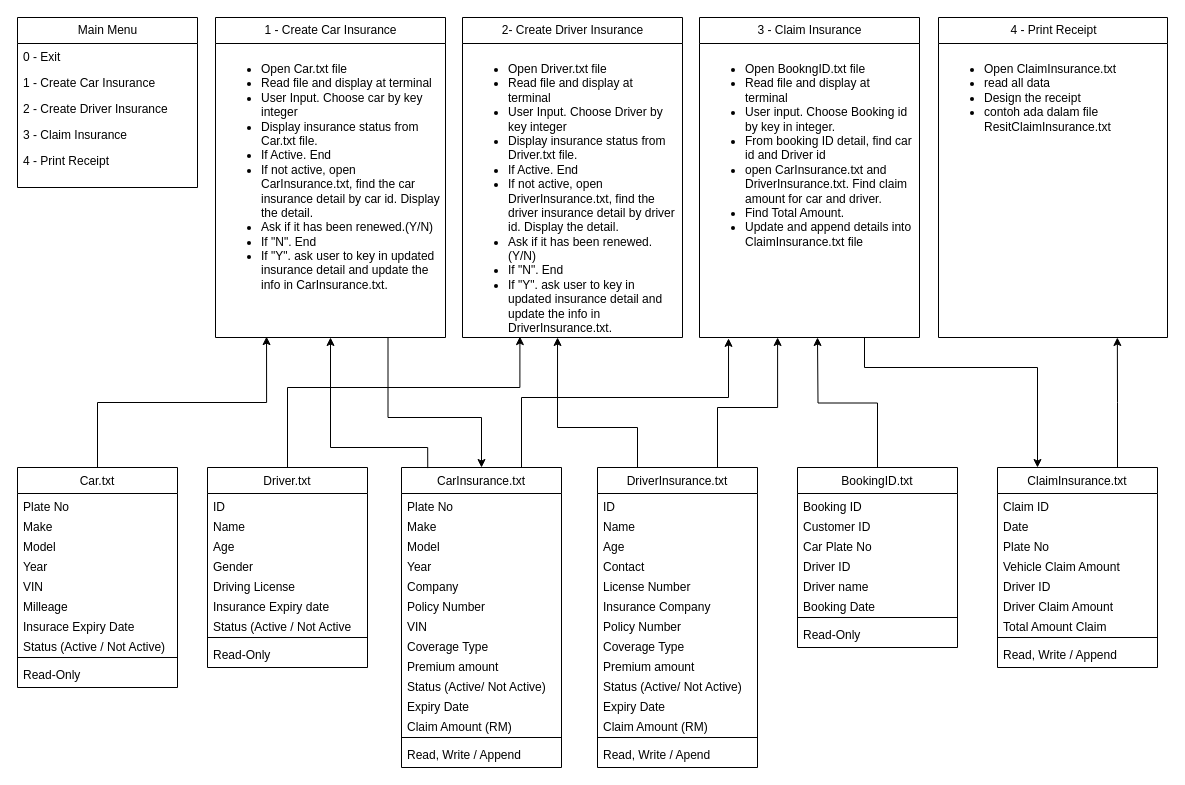
Earlier version of the draw.io diagram Capstone_Project/Untitled Diagram.drawio (Asyfulazhim/peneraju_machine_learning). Source tidied: cells renumbered, new cells numbered last; positions are measured from the earlier drawing's top-left corner, leaving out a move shared by most shapes. Both pictures are drawn from the tidied source at 100%, with x=0, y=0 at pixel (17, 17).
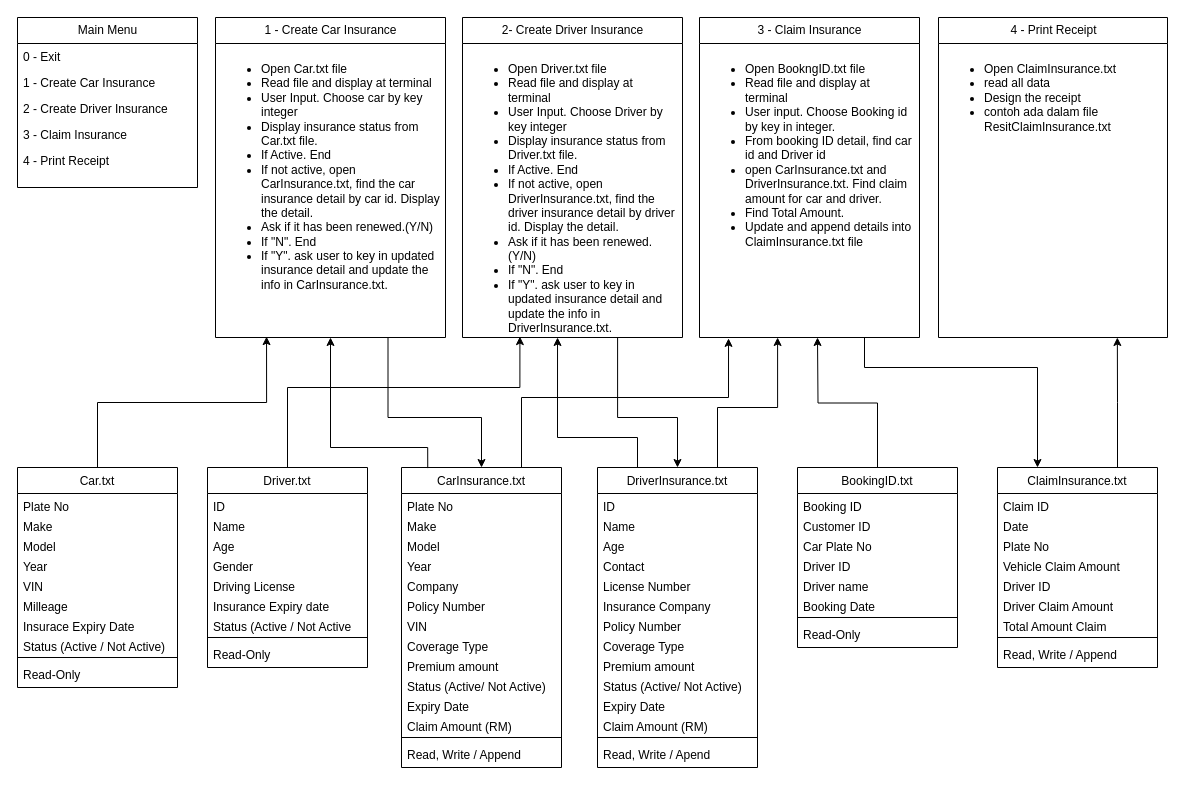
After the change.

Unchanged cells that the change refers to:
```xml
<mxCell id="23" value="DriverInsurance.txt" style="swimlane;fontStyle=0;align=center;verticalAlign=top;horizontal=1;startSize=26;rounded=0;shadow=0;strokeWidth=1;" parent="1" vertex="1">
  <mxGeometry x="580" y="450" width="160" height="300" as="geometry" />
</mxCell>
<mxCell id="83" value="&lt;ul&gt;&lt;li&gt;Open Driver.txt file&lt;/li&gt;&lt;li&gt;Read file and display at terminal&amp;nbsp;&lt;/li&gt;&lt;li&gt;User Input. Choose Driver by key integer&lt;/li&gt;&lt;li&gt;Display insurance status from Driver.txt file.&amp;nbsp;&lt;/li&gt;&lt;li&gt;If Active. End&lt;/li&gt;&lt;li&gt;If not active, open DriverInsurance.txt, find the driver insurance detail by driver id. Display the detail.&amp;nbsp;&lt;/li&gt;&lt;li&gt;Ask if it has been renewed.(Y/N)&lt;/li&gt;&lt;li&gt;If &quot;N&quot;. End&lt;/li&gt;&lt;li&gt;If &quot;Y&quot;. ask user to key in updated insurance detail and update the info in DriverInsurance.txt.&amp;nbsp;&lt;/li&gt;&lt;/ul&gt;" style="text;strokeColor=none;fillColor=none;align=left;verticalAlign=top;spacingLeft=4;spacingRight=4;overflow=hidden;points=[[0,0.5],[1,0.5]];portConstraint=eastwest;whiteSpace=wrap;html=1;" parent="82" vertex="1">
  <mxGeometry y="26" width="220" height="294" as="geometry" />
</mxCell>
```

The edit, as a diff of the source:
```diff
@@
     <mxCell id="92" style="edgeStyle=orthogonalEdgeStyle;rounded=0;jettySize=auto;html=1;exitX=0.25;exitY=0;exitDx=0;exitDy=0;entryX=0.432;entryY=1;entryDx=0;entryDy=0;entryPerimeter=0;" parent="1" edge="1" source="23" target="83">
       <mxGeometry relative="1" as="geometry">
         <Array as="points">
-          <mxPoint x="620" y="410" />
-          <mxPoint x="540" y="410" />
+          <mxPoint x="620" y="420" />
+          <mxPoint x="540" y="420" />
         </Array>
       </mxGeometry>
     </mxCell>
@@
+    <mxCell id="96" style="edgeStyle=orthogonalEdgeStyle;rounded=0;jettySize=auto;html=1;entryX=0.5;entryY=0;entryDx=0;entryDy=0;exitX=0.705;exitY=1;exitDx=0;exitDy=0;exitPerimeter=0;" parent="1" edge="1" source="83" target="23">
+      <mxGeometry relative="1" as="geometry">
+        <Array as="points">
+          <mxPoint x="600" y="400" />
+          <mxPoint x="660" y="400" />
+        </Array>
+      </mxGeometry>
+    </mxCell>
```
